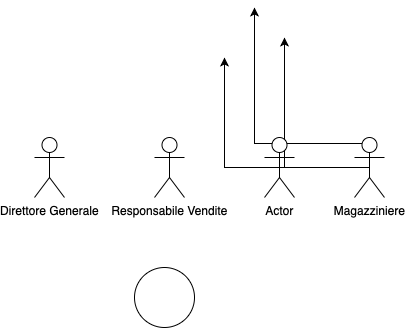
Carmineh/IT-Manager keeps this draw.io diagram as Diagramma dei Casi d'Uso.png. Above is the earlier version. Source tidied: cells renumbered, new cells last; positions are measured from the earlier drawing's top-left corner, leaving out a move shared by most shapes. Its diagram source:
```xml
<mxGraphModel>
  <root>
    <mxCell id="0" />
    <mxCell id="1" parent="0" />
    <mxCell id="2" value="Direttore Generale" style="shape=umlActor;verticalLabelPosition=bottom;verticalAlign=top;html=1;" parent="1" vertex="1">
      <mxGeometry y="130" width="30" height="60" as="geometry" />
    </mxCell>
    <mxCell id="3" style="edgeStyle=orthogonalEdgeStyle;rounded=0;jettySize=auto;html=1;exitX=0.25;exitY=0.1;exitDx=0;exitDy=0;exitPerimeter=0;" parent="1" edge="1" source="6">
      <mxGeometry relative="1" as="geometry">
        <mxPoint x="220" as="targetPoint" />
      </mxGeometry>
    </mxCell>
    <mxCell id="4" style="edgeStyle=orthogonalEdgeStyle;rounded=0;jettySize=auto;html=1;exitX=0.5;exitY=0.5;exitDx=0;exitDy=0;exitPerimeter=0;" parent="1" edge="1" source="6">
      <mxGeometry relative="1" as="geometry">
        <mxPoint x="250" y="30" as="targetPoint" />
      </mxGeometry>
    </mxCell>
    <mxCell id="5" style="edgeStyle=orthogonalEdgeStyle;rounded=0;jettySize=auto;html=1;" parent="1" edge="1" source="6">
      <mxGeometry relative="1" as="geometry">
        <mxPoint x="190" y="50" as="targetPoint" />
      </mxGeometry>
    </mxCell>
    <mxCell id="6" value="Magazziniere" style="shape=umlActor;verticalLabelPosition=bottom;verticalAlign=top;html=1;outlineConnect=0;" parent="1" vertex="1">
      <mxGeometry x="320" y="130" width="30" height="60" as="geometry" />
    </mxCell>
    <mxCell id="7" value="Responsabile Vendite" style="shape=umlActor;verticalLabelPosition=bottom;verticalAlign=top;html=1;" parent="1" vertex="1">
      <mxGeometry x="120" y="130" width="30" height="60" as="geometry" />
    </mxCell>
    <mxCell id="8" value="Actor" style="shape=umlActor;verticalLabelPosition=bottom;verticalAlign=top;html=1;" parent="1" vertex="1">
      <mxGeometry x="230" y="130" width="30" height="60" as="geometry" />
    </mxCell>
    <mxCell id="9" style="ellipse;whiteSpace=wrap;html=1;" parent="1" vertex="1">
      <mxGeometry x="100" y="260" width="60" height="60" as="geometry" />
    </mxCell>
  </root>
</mxGraphModel>
```
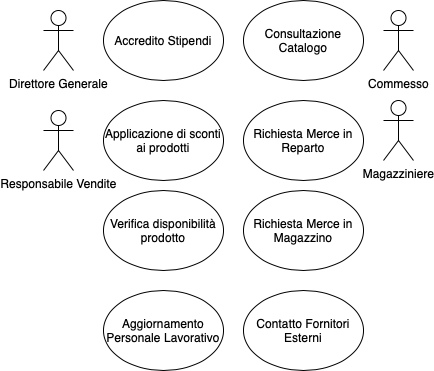
After the change.

What changed in the source:
```diff
@@ -3,34 +3,40 @@
     <mxCell id="0" />
     <mxCell id="1" parent="0" />
     <mxCell id="2" value="Direttore Generale" style="shape=umlActor;verticalLabelPosition=bottom;verticalAlign=top;html=1;" parent="1" vertex="1">
-      <mxGeometry y="130" width="30" height="60" as="geometry" />
+      <mxGeometry x="-150" y="-80" width="30" height="60" as="geometry" />
     </mxCell>
-    <mxCell id="3" style="edgeStyle=orthogonalEdgeStyle;rounded=0;jettySize=auto;html=1;exitX=0.25;exitY=0.1;exitDx=0;exitDy=0;exitPerimeter=0;" parent="1" edge="1" source="6">
-      <mxGeometry relative="1" as="geometry">
-        <mxPoint x="220" as="targetPoint" />
-      </mxGeometry>
-    </mxCell>
-    <mxCell id="4" style="edgeStyle=orthogonalEdgeStyle;rounded=0;jettySize=auto;html=1;exitX=0.5;exitY=0.5;exitDx=0;exitDy=0;exitPerimeter=0;" parent="1" edge="1" source="6">
-      <mxGeometry relative="1" as="geometry">
-        <mxPoint x="250" y="30" as="targetPoint" />
-      </mxGeometry>
-    </mxCell>
-    <mxCell id="5" style="edgeStyle=orthogonalEdgeStyle;rounded=0;jettySize=auto;html=1;" parent="1" edge="1" source="6">
-      <mxGeometry relative="1" as="geometry">
-        <mxPoint x="190" y="50" as="targetPoint" />
-      </mxGeometry>
-    </mxCell>
     <mxCell id="6" value="Magazziniere" style="shape=umlActor;verticalLabelPosition=bottom;verticalAlign=top;html=1;outlineConnect=0;" parent="1" vertex="1">
-      <mxGeometry x="320" y="130" width="30" height="60" as="geometry" />
+      <mxGeometry x="190" y="10" width="30" height="60" as="geometry" />
     </mxCell>
     <mxCell id="7" value="Responsabile Vendite" style="shape=umlActor;verticalLabelPosition=bottom;verticalAlign=top;html=1;" parent="1" vertex="1">
-      <mxGeometry x="120" y="130" width="30" height="60" as="geometry" />
+      <mxGeometry x="-150" y="20" width="30" height="60" as="geometry" />
     </mxCell>
-    <mxCell id="8" value="Actor" style="shape=umlActor;verticalLabelPosition=bottom;verticalAlign=top;html=1;" parent="1" vertex="1">
-      <mxGeometry x="230" y="130" width="30" height="60" as="geometry" />
+    <mxCell id="8" value="Commesso&lt;br&gt;" style="shape=umlActor;verticalLabelPosition=bottom;verticalAlign=top;html=1;" parent="1" vertex="1">
+      <mxGeometry x="190" y="-80" width="30" height="60" as="geometry" />
     </mxCell>
-    <mxCell id="9" style="ellipse;whiteSpace=wrap;html=1;" parent="1" vertex="1">
-      <mxGeometry x="100" y="260" width="60" height="60" as="geometry" />
-    </mxCell>
+    <mxCell id="10" value="Applicazione di sconti ai prodotti" style="ellipse;whiteSpace=wrap;html=1;" parent="1" vertex="1">
+      <mxGeometry x="-90" y="10" width="120" height="80" as="geometry" />
+    </mxCell>
+    <mxCell id="11" value="Consultazione Catalogo" style="ellipse;whiteSpace=wrap;html=1;" parent="1" vertex="1">
+      <mxGeometry x="50" y="-90" width="120" height="80" as="geometry" />
+    </mxCell>
+    <mxCell id="12" value="Verifica disponibilità prodotto" style="ellipse;whiteSpace=wrap;html=1;" parent="1" vertex="1">
+      <mxGeometry x="-90" y="100" width="120" height="80" as="geometry" />
+    </mxCell>
+    <mxCell id="13" value="Richiesta Merce in Reparto" style="ellipse;whiteSpace=wrap;html=1;" parent="1" vertex="1">
+      <mxGeometry x="50" y="10" width="120" height="80" as="geometry" />
+    </mxCell>
+    <mxCell id="14" value="Accredito Stipendi" style="ellipse;whiteSpace=wrap;html=1;" parent="1" vertex="1">
+      <mxGeometry x="-90" y="-90" width="120" height="80" as="geometry" />
+    </mxCell>
+    <mxCell id="15" value="Richiesta Merce in Magazzino" style="ellipse;whiteSpace=wrap;html=1;" parent="1" vertex="1">
+      <mxGeometry x="50" y="100" width="120" height="80" as="geometry" />
+    </mxCell>
+    <mxCell id="16" value="Aggiornamento Personale Lavorativo" style="ellipse;whiteSpace=wrap;html=1;" parent="1" vertex="1">
+      <mxGeometry x="-90" y="200" width="120" height="80" as="geometry" />
+    </mxCell>
+    <mxCell id="17" value="Contatto Fornitori Esterni" style="ellipse;whiteSpace=wrap;html=1;" parent="1" vertex="1">
+      <mxGeometry x="50" y="200" width="120" height="80" as="geometry" />
+    </mxCell>
   </root>
 </mxGraphModel>
```
